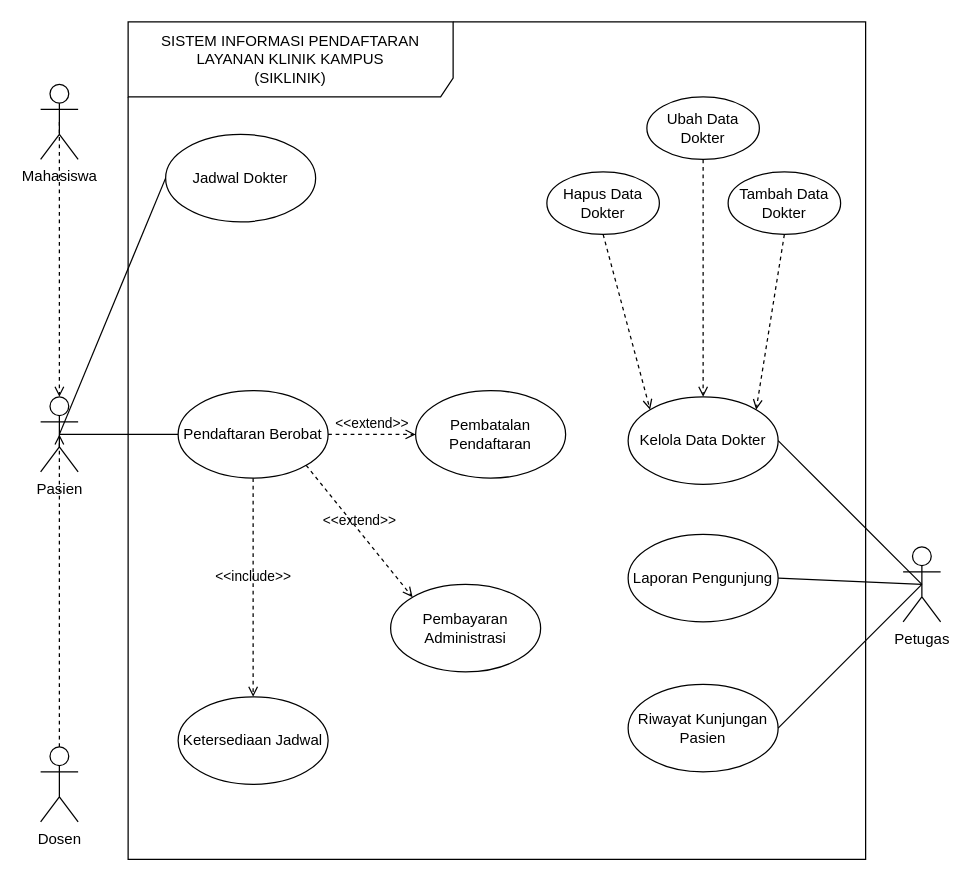
Earlier version of the draw.io diagram 01_usecase/UTS_2406072_B_usecase_v01.drawio (nabilmuhammadramadhan/UTS-Prak.ABDO-2406072-B). Source tidied: cells renumbered, new cells numbered last; positions are measured from the earlier drawing's top-left corner, leaving out a move shared by most shapes. Both pictures are drawn from the tidied source at 125%, with x=0, y=0 at pixel (40, 21).
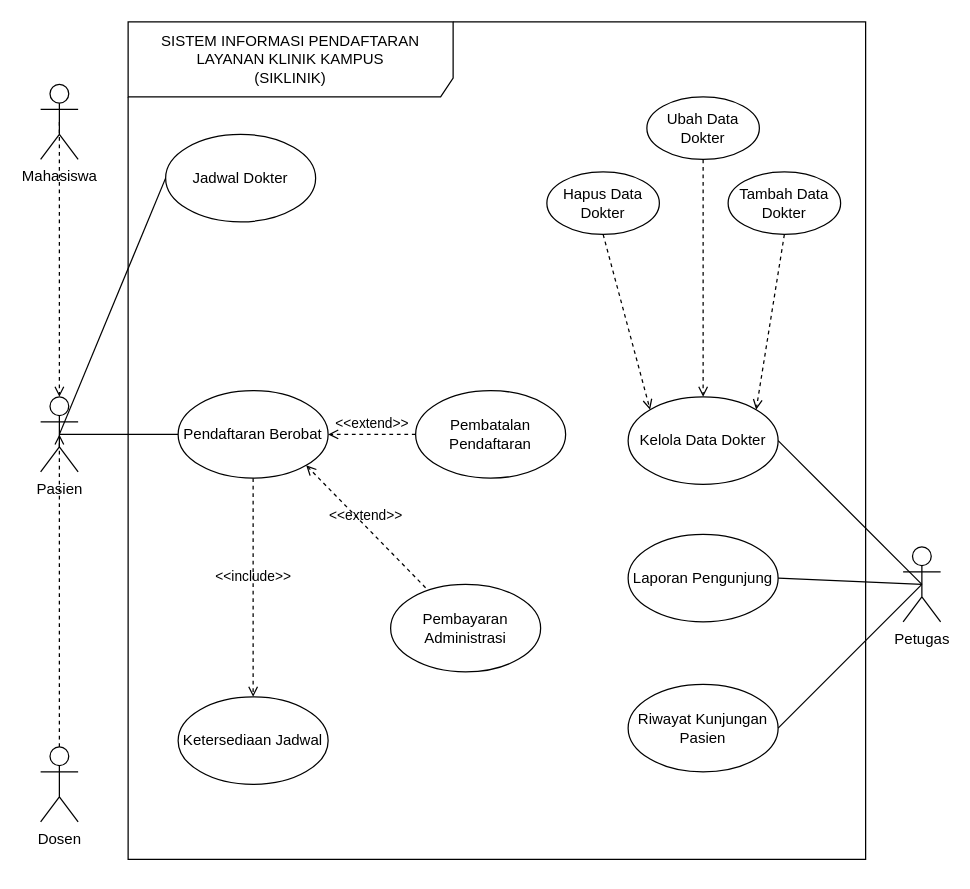
Above is the later version.

Commit message:
UTS Praktikum ADBO

Unchanged cells that the change refers to:
```xml
<mxCell id="2" value="SISTEM INFORMASI PENDAFTARAN LAYANAN KLINIK KAMPUS&lt;br/&gt;(SIKLINIK)" style="shape=umlFrame;whiteSpace=wrap;html=1;width=260;height=60;" parent="1" vertex="1">
  <mxGeometry x="70" width="590" height="670" as="geometry" />
</mxCell>
<mxCell id="4" value="Pendaftaran Berobat" style="ellipse;html=1;whiteSpace=wrap;" parent="2" vertex="1">
  <mxGeometry x="40" y="295" width="120" height="70" as="geometry" />
</mxCell>
<mxCell id="9" value="Pembayaran Administrasi" style="ellipse;html=1;whiteSpace=wrap;" parent="2" vertex="1">
  <mxGeometry x="210" y="450" width="120" height="70" as="geometry" />
</mxCell>
<mxCell id="11" value="Pembatalan Pendaftaran" style="ellipse;html=1;whiteSpace=wrap;" parent="2" vertex="1">
  <mxGeometry x="230" y="295" width="120" height="70" as="geometry" />
</mxCell>
```

The edit, as a diff of the source:
```diff
@@
-    <mxCell id="12" value="&amp;lt;&amp;lt;extend&amp;gt;&amp;gt;" style="html=1;verticalAlign=bottom;labelBackgroundColor=none;endArrow=open;endFill=0;dashed=1;rounded=0;entryX=0;entryY=0;entryDx=0;entryDy=0;exitX=1;exitY=1;exitDx=0;exitDy=0;" parent="2" edge="1" source="4" target="9">
+    <mxCell id="12" value="&amp;lt;&amp;lt;extend&amp;gt;&amp;gt;" style="html=1;verticalAlign=bottom;labelBackgroundColor=none;endArrow=open;endFill=0;dashed=1;rounded=0;entryX=1;entryY=1;entryDx=0;entryDy=0;exitX=0.233;exitY=0.038;exitDx=0;exitDy=0;exitPerimeter=0;" parent="2" edge="1" source="9" target="4">
       <mxGeometry relative="1" as="geometry" />
     </mxCell>
@@
-    <mxCell id="19" value="&amp;lt;&amp;lt;extend&amp;gt;&amp;gt;" style="html=1;verticalAlign=bottom;labelBackgroundColor=none;endArrow=open;endFill=0;dashed=1;rounded=0;entryX=0;entryY=0.5;entryDx=0;entryDy=0;exitX=1;exitY=0.5;exitDx=0;exitDy=0;" parent="2" edge="1" source="4" target="11">
+    <mxCell id="19" value="&amp;lt;&amp;lt;extend&amp;gt;&amp;gt;" style="html=1;verticalAlign=bottom;labelBackgroundColor=none;endArrow=open;endFill=0;dashed=1;rounded=0;entryX=1;entryY=0.5;entryDx=0;entryDy=0;exitX=0;exitY=0.5;exitDx=0;exitDy=0;" parent="2" edge="1" source="11" target="4">
       <mxGeometry relative="1" as="geometry" />
     </mxCell>
```
